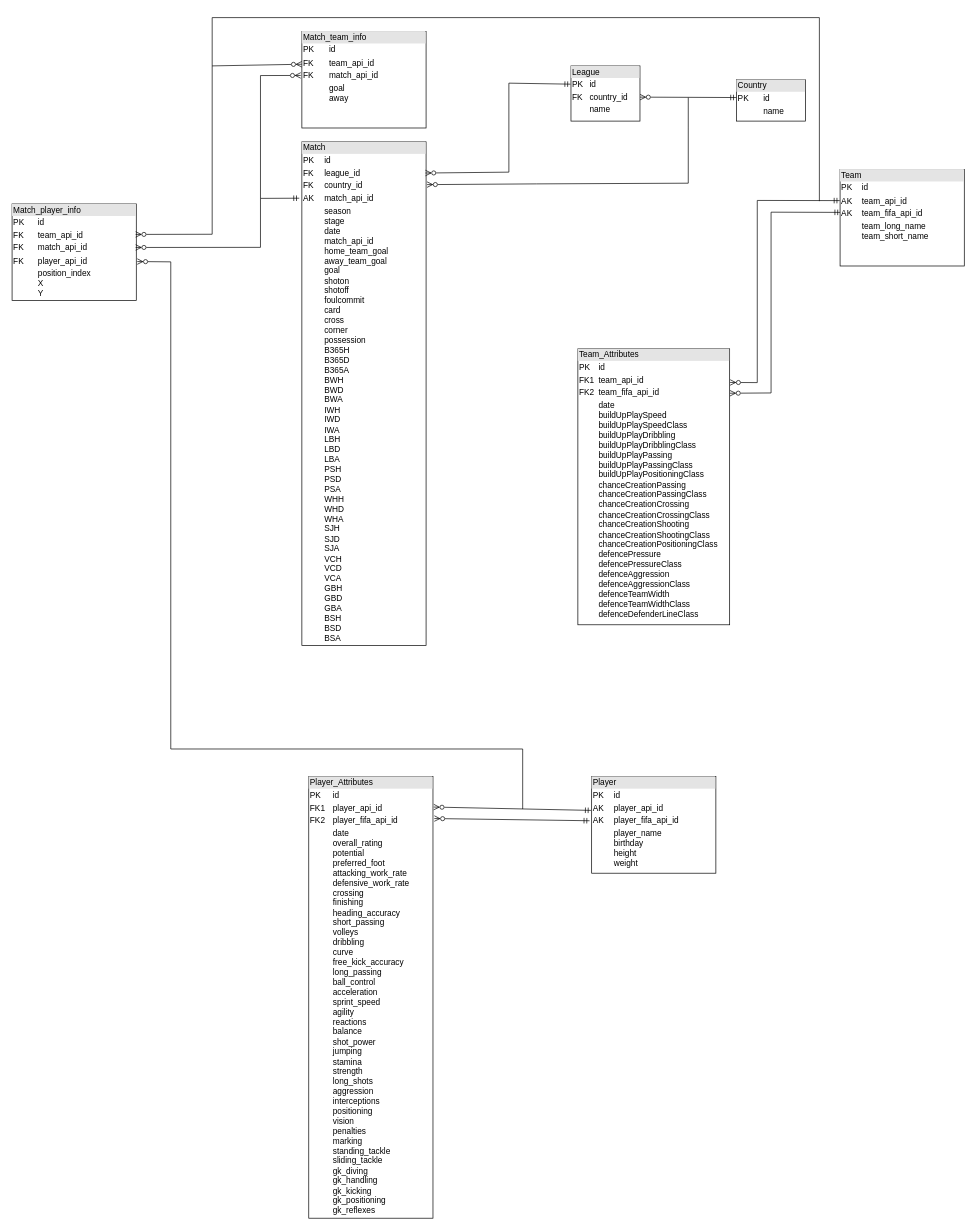
Before: project2/Ex2/diagram_improved.drawio in Ery4z/2172, a draw.io diagram. Source tidied: cells renumbered, new cells numbered last; positions are measured from the earlier drawing's top-left corner, leaving out a move shared by most shapes. Both pictures are drawn from the tidied source at 69%, with x=0, y=0 at pixel (12, 17).
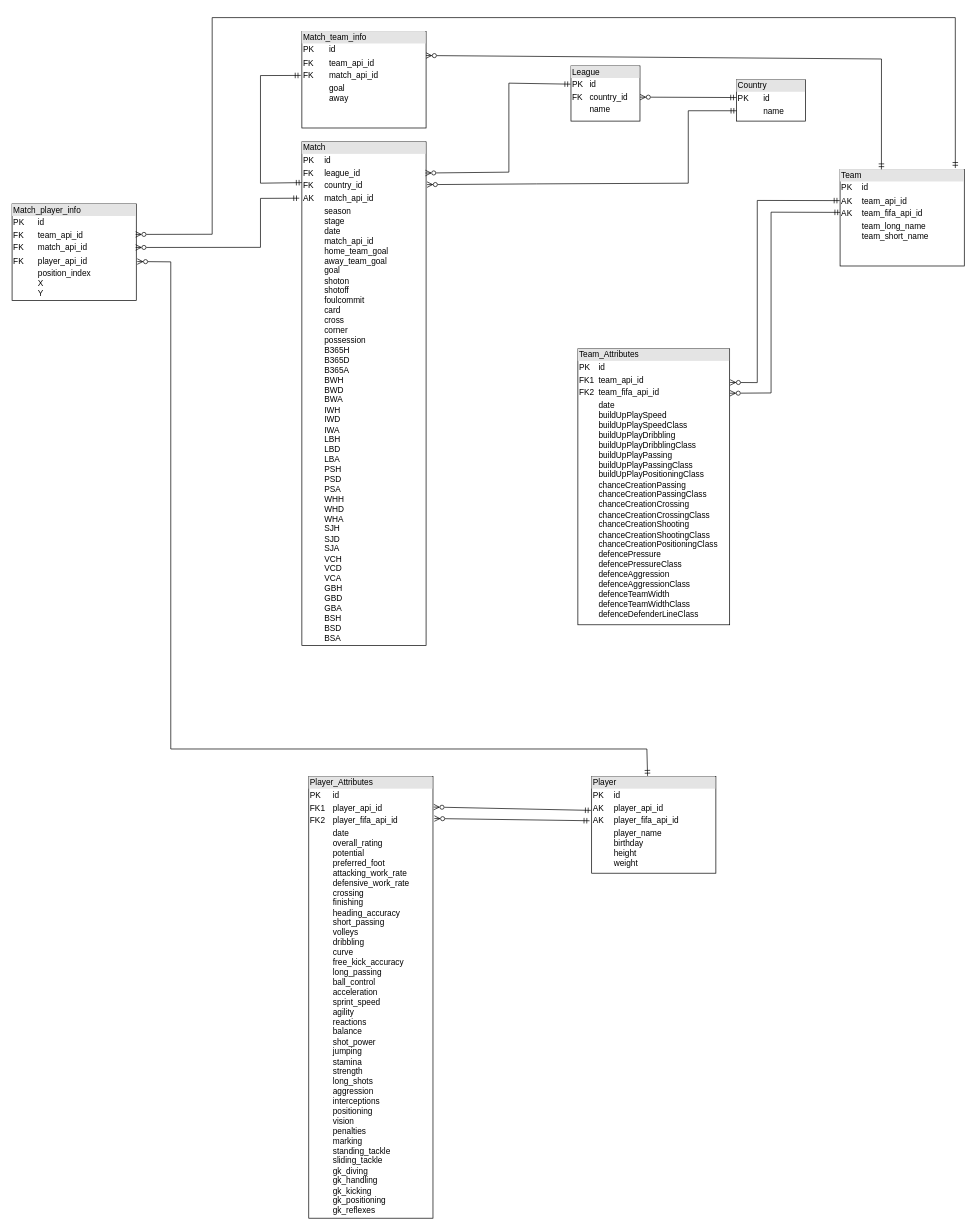
Above is the later version.

Unchanged cells that the change refers to:
```xml
<mxCell id="2" value="&lt;div style=&quot;box-sizing:border-box;width:100%;background:#e4e4e4;padding:2px;&quot;&gt;Player&lt;/div&gt;&lt;table style=&quot;width:100%;font-size:1em;&quot; cellpadding=&quot;2&quot; cellspacing=&quot;0&quot;&gt;&lt;tbody&gt;&lt;tr&gt;&lt;td&gt;PK&lt;/td&gt;&lt;td&gt;id&lt;/td&gt;&lt;/tr&gt;&lt;tr&gt;&lt;td&gt;AK&lt;/td&gt;&lt;td&gt;player_api_id&lt;/td&gt;&lt;/tr&gt;&lt;tr&gt;&lt;td&gt;AK&lt;/td&gt;&lt;td&gt;player_fifa_api_id&lt;/td&gt;&lt;/tr&gt;&lt;tr&gt;&lt;td&gt;&lt;/td&gt;&lt;td&gt;player_name&lt;br&gt;birthday&lt;br&gt;height&lt;br&gt;weight&lt;/td&gt;&lt;/tr&gt;&lt;/tbody&gt;&lt;/table&gt;" style="verticalAlign=top;align=left;overflow=fill;html=1;whiteSpace=wrap;perimeterSpacing=0;" parent="1" vertex="1">
  <mxGeometry x="840" y="1100" width="180" height="140" as="geometry" />
</mxCell>
<mxCell id="6" value="&lt;div style=&quot;box-sizing:border-box;width:100%;background:#e4e4e4;padding:2px;&quot;&gt;Match&lt;/div&gt;&lt;table style=&quot;width:100%;font-size:1em;&quot; cellpadding=&quot;2&quot; cellspacing=&quot;0&quot;&gt;&lt;tbody&gt;&lt;tr&gt;&lt;td&gt;PK&lt;/td&gt;&lt;td&gt;id&lt;/td&gt;&lt;/tr&gt;&lt;tr&gt;&lt;td&gt;FK&lt;/td&gt;&lt;td&gt;league_id&lt;/td&gt;&lt;/tr&gt;&lt;tr&gt;&lt;td&gt;FK&lt;/td&gt;&lt;td&gt;country_id&lt;/td&gt;&lt;/tr&gt;&lt;tr&gt;&lt;td&gt;AK&lt;/td&gt;&lt;td&gt;match_api_id&lt;br&gt;&lt;/td&gt;&lt;/tr&gt;&lt;tr&gt;&lt;td&gt;&lt;/td&gt;&lt;td&gt;season&lt;br&gt;stage&lt;br&gt;date&lt;br&gt;match_api_id&lt;br&gt;home_team_goal&lt;br&gt;away_team_goal&lt;br&gt;goal&lt;br&gt;shoton&lt;br&gt;shotoff&lt;br&gt;foulcommit&lt;br&gt;card&lt;br&gt;cross&lt;br&gt;corner&lt;br&gt;possession&lt;br&gt;B365H&lt;br&gt;B365D&lt;br&gt;B365A&lt;br&gt;BWH&lt;br&gt;BWD&lt;br&gt;BWA&lt;br&gt;IWH&lt;br&gt;IWD&lt;br&gt;IWA&lt;br&gt;LBH&lt;br&gt;LBD&lt;br&gt;LBA&lt;br&gt;PSH&lt;br&gt;PSD&lt;br&gt;PSA&lt;br&gt;WHH&lt;br&gt;WHD&lt;br&gt;WHA&lt;br&gt;SJH&lt;br&gt;SJD&lt;br&gt;SJA&lt;br&gt;VCH&lt;br&gt;VCD&lt;br&gt;VCA&lt;br&gt;GBH&lt;br&gt;GBD&lt;br&gt;GBA&lt;br&gt;BSH&lt;br&gt;BSD&lt;br&gt;BSA&lt;br&gt;&lt;/td&gt;&lt;/tr&gt;&lt;/tbody&gt;&lt;/table&gt;" style="verticalAlign=top;align=left;overflow=fill;html=1;whiteSpace=wrap;" parent="1" vertex="1">
  <mxGeometry x="420" y="180" width="180" height="730" as="geometry" />
</mxCell>
<mxCell id="11" value="&lt;div style=&quot;box-sizing:border-box;width:100%;background:#e4e4e4;padding:2px;&quot;&gt;Country&lt;/div&gt;&lt;table style=&quot;width:100%;font-size:1em;&quot; cellpadding=&quot;2&quot; cellspacing=&quot;0&quot;&gt;&lt;tbody&gt;&lt;tr&gt;&lt;td&gt;PK&lt;/td&gt;&lt;td&gt;id&lt;/td&gt;&lt;/tr&gt;&lt;tr&gt;&lt;td&gt;&lt;/td&gt;&lt;td&gt;name&lt;br&gt;&lt;br&gt;&lt;br&gt;&lt;/td&gt;&lt;/tr&gt;&lt;/tbody&gt;&lt;/table&gt;" style="verticalAlign=top;align=left;overflow=fill;html=1;whiteSpace=wrap;perimeterSpacing=0;" parent="1" vertex="1">
  <mxGeometry x="1050" y="90" width="100" height="60" as="geometry" />
</mxCell>
<mxCell id="15" value="&lt;div style=&quot;box-sizing:border-box;width:100%;background:#e4e4e4;padding:2px;&quot;&gt;Team&lt;/div&gt;&lt;table style=&quot;width:100%;font-size:1em;&quot; cellpadding=&quot;2&quot; cellspacing=&quot;0&quot;&gt;&lt;tbody&gt;&lt;tr&gt;&lt;td&gt;PK&lt;/td&gt;&lt;td&gt;id&lt;/td&gt;&lt;/tr&gt;&lt;tr&gt;&lt;td&gt;AK&lt;/td&gt;&lt;td&gt;team_api_id&lt;/td&gt;&lt;/tr&gt;&lt;tr&gt;&lt;td&gt;AK&lt;/td&gt;&lt;td&gt;team_fifa_api_id&lt;/td&gt;&lt;/tr&gt;&lt;tr&gt;&lt;td&gt;&lt;/td&gt;&lt;td&gt;team_long_name&lt;br&gt;team_short_name&lt;br&gt;&lt;br&gt;&lt;/td&gt;&lt;/tr&gt;&lt;/tbody&gt;&lt;/table&gt;" style="verticalAlign=top;align=left;overflow=fill;html=1;whiteSpace=wrap;perimeterSpacing=0;" parent="1" vertex="1">
  <mxGeometry x="1200" y="220" width="180" height="140" as="geometry" />
</mxCell>
<mxCell id="16" value="&lt;div style=&quot;box-sizing:border-box;width:100%;background:#e4e4e4;padding:2px;&quot;&gt;Match_player_info&lt;/div&gt;&lt;table style=&quot;width:100%;font-size:1em;&quot; cellpadding=&quot;2&quot; cellspacing=&quot;0&quot;&gt;&lt;tbody&gt;&lt;tr&gt;&lt;td&gt;PK&lt;/td&gt;&lt;td&gt;id&lt;/td&gt;&lt;/tr&gt;&lt;tr&gt;&lt;td&gt;FK&lt;/td&gt;&lt;td&gt;team_api_id&lt;br&gt;&lt;/td&gt;&lt;/tr&gt;&lt;tr&gt;&lt;td&gt;FK&lt;/td&gt;&lt;td&gt;match_api_id&lt;/td&gt;&lt;/tr&gt;&lt;tr&gt;&lt;td&gt;FK&lt;/td&gt;&lt;td&gt;player_api_id&lt;/td&gt;&lt;/tr&gt;&lt;tr&gt;&lt;td&gt;&lt;/td&gt;&lt;td&gt;position_index&lt;br&gt;X&lt;br&gt;Y&lt;br&gt;&lt;br&gt;&lt;/td&gt;&lt;/tr&gt;&lt;/tbody&gt;&lt;/table&gt;" style="verticalAlign=top;align=left;overflow=fill;html=1;whiteSpace=wrap;" parent="1" vertex="1">
  <mxGeometry y="270" width="180" height="140" as="geometry" />
</mxCell>
<mxCell id="20" value="&lt;div style=&quot;box-sizing:border-box;width:100%;background:#e4e4e4;padding:2px;&quot;&gt;Match_team_info&lt;/div&gt;&lt;table style=&quot;width:100%;font-size:1em;&quot; cellpadding=&quot;2&quot; cellspacing=&quot;0&quot;&gt;&lt;tbody&gt;&lt;tr&gt;&lt;td&gt;PK&lt;/td&gt;&lt;td&gt;id&lt;/td&gt;&lt;/tr&gt;&lt;tr&gt;&lt;td&gt;FK&lt;/td&gt;&lt;td&gt;team_api_id&lt;br&gt;&lt;/td&gt;&lt;/tr&gt;&lt;tr&gt;&lt;td&gt;FK&lt;/td&gt;&lt;td&gt;match_api_id&lt;/td&gt;&lt;/tr&gt;&lt;tr&gt;&lt;td&gt;&lt;/td&gt;&lt;td&gt;goal&lt;br&gt;away&lt;br&gt;&lt;br&gt;&lt;/td&gt;&lt;/tr&gt;&lt;/tbody&gt;&lt;/table&gt;" style="verticalAlign=top;align=left;overflow=fill;html=1;whiteSpace=wrap;" parent="1" vertex="1">
  <mxGeometry x="420" y="20" width="180" height="140" as="geometry" />
</mxCell>
```

The edit, as a diff of the source:
```diff
@@
-    <mxCell id="13" style="endArrow=none;html=1;rounded=0;exitX=1.008;exitY=0.085;exitDx=0;exitDy=0;exitPerimeter=0;startArrow=ERzeroToMany;startFill=0;" parent="1" edge="1" source="6">
+    <mxCell id="13" style="endArrow=ERmandOne;html=1;rounded=0;exitX=1.008;exitY=0.085;exitDx=0;exitDy=0;exitPerimeter=0;startArrow=ERzeroToMany;startFill=0;entryX=0;entryY=0.75;entryDx=0;entryDy=0;endFill=0;" parent="1" edge="1" source="6" target="11">
       <mxGeometry relative="1" as="geometry">
-        <mxPoint x="980" y="116" as="targetPoint" />
         <Array as="points">
           <mxPoint x="760" y="241" />
           <mxPoint x="980" y="240" />
-          <mxPoint x="980" y="160" />
+          <mxPoint x="980" y="135" />
         </Array>
       </mxGeometry>
     </mxCell>
@@
-    <mxCell id="18" style="endArrow=none;html=1;rounded=0;endFill=0;startArrow=ERzeroToMany;startFill=0;exitX=1.008;exitY=0.597;exitDx=0;exitDy=0;exitPerimeter=0;" parent="1" edge="1" source="16">
+    <mxCell id="18" style="endArrow=ERmandOne;html=1;rounded=0;endFill=0;startArrow=ERzeroToMany;startFill=0;exitX=1.008;exitY=0.597;exitDx=0;exitDy=0;exitPerimeter=0;entryX=0.45;entryY=-0.007;entryDx=0;entryDy=0;entryPerimeter=0;" parent="1" edge="1" source="16" target="2">
       <mxGeometry relative="1" as="geometry">
-        <mxPoint x="740" y="1147" as="targetPoint" />
         <Array as="points">
           <mxPoint x="230" y="354" />
           <mxPoint x="230" y="1060" />
-          <mxPoint x="740" y="1060" />
+          <mxPoint x="920" y="1060" />
         </Array>
       </mxGeometry>
     </mxCell>
-    <mxCell id="19" style="endArrow=none;html=1;rounded=0;exitX=0.995;exitY=0.316;exitDx=0;exitDy=0;exitPerimeter=0;startArrow=ERzeroToMany;startFill=0;" parent="1" edge="1" source="16">
+    <mxCell id="19" style="endArrow=ERmandOne;html=1;rounded=0;exitX=0.995;exitY=0.316;exitDx=0;exitDy=0;exitPerimeter=0;startArrow=ERzeroToMany;startFill=0;entryX=0.928;entryY=-0.014;entryDx=0;entryDy=0;entryPerimeter=0;endFill=0;" parent="1" edge="1" source="16" target="15">
       <mxGeometry relative="1" as="geometry">
-        <mxPoint x="1170" y="266" as="targetPoint" />
         <Array as="points">
           <mxPoint x="290" y="314" />
           <mxPoint x="290" />
-          <mxPoint x="1170" />
+          <mxPoint x="1367" />
         </Array>
       </mxGeometry>
     </mxCell>
@@
-    <mxCell id="21" style="endArrow=ERzeroToMany;html=1;rounded=0;entryX=-0.009;entryY=0.456;entryDx=0;entryDy=0;entryPerimeter=0;startArrow=none;startFill=0;endFill=0;" parent="1" edge="1" target="20">
+    <mxCell id="21" style="endArrow=ERmandOne;html=1;rounded=0;entryX=-0.009;entryY=0.456;entryDx=0;entryDy=0;entryPerimeter=0;startArrow=ERmandOne;startFill=0;endFill=0;exitX=0;exitY=0.081;exitDx=0;exitDy=0;exitPerimeter=0;" parent="1" edge="1" source="6" target="20">
       <mxGeometry relative="1" as="geometry">
-        <mxPoint x="360" y="262" as="sourcePoint" />
         <Array as="points">
+          <mxPoint x="360" y="240" />
           <mxPoint x="360" y="84" />
         </Array>
       </mxGeometry>
     </mxCell>
-    <mxCell id="22" style="endArrow=ERzeroToMany;html=1;rounded=0;entryX=-0.001;entryY=0.34;entryDx=0;entryDy=0;entryPerimeter=0;startArrow=none;startFill=0;endFill=0;" parent="1" edge="1" target="20">
+    <mxCell id="22" style="endArrow=ERzeroToMany;html=1;rounded=0;entryX=1;entryY=0.25;entryDx=0;entryDy=0;startArrow=ERmandOne;startFill=0;endFill=0;exitX=0.333;exitY=0;exitDx=0;exitDy=0;exitPerimeter=0;" parent="1" edge="1" source="15" target="20">
       <mxGeometry relative="1" as="geometry">
-        <mxPoint x="290" y="70" as="sourcePoint" />
+        <Array as="points">
+          <mxPoint x="1260" y="60" />
+        </Array>
       </mxGeometry>
     </mxCell>
```
